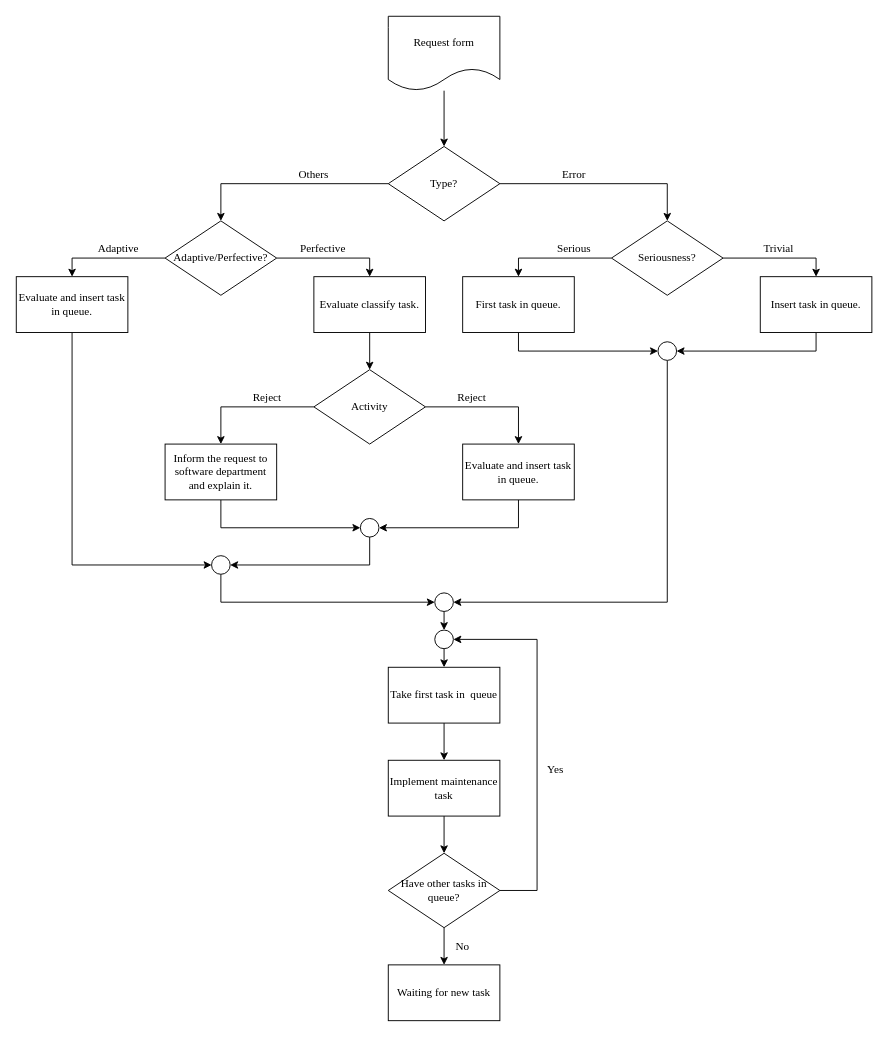
Above: Images/Chapter1/Background/Maintenance_flow/Maintenance_Flow.drawio in CorrieScheepers/Masters (draw.io), before the change. Source tidied: cells renumbered, new cells numbered last; positions are measured from the earlier drawing's top-left corner, leaving out a move shared by most shapes. Both pictures are drawn from the tidied source at 93%, with x=0, y=0 at pixel (16, 16).
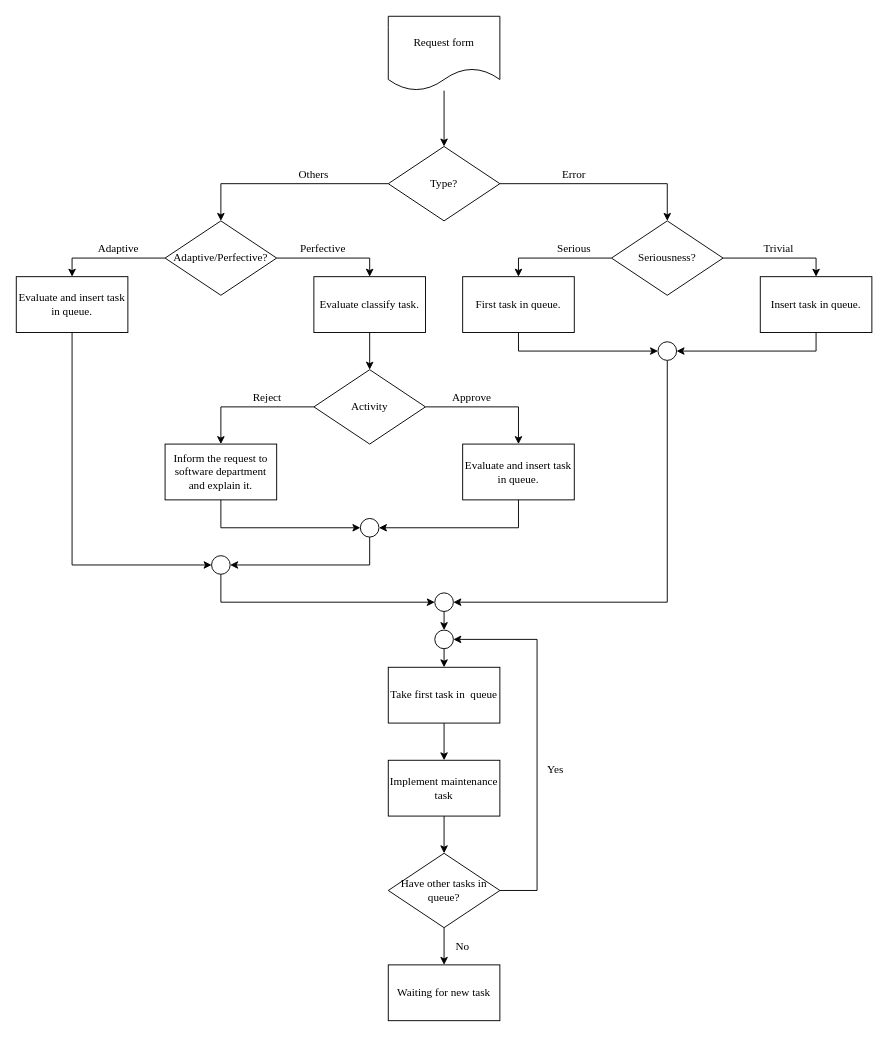
Above is the later version.

The edit, as a diff of the source:
```diff
@@
-    <mxCell id="55" value="Reject" style="text;html=1;strokeColor=none;fillColor=none;align=center;verticalAlign=middle;whiteSpace=wrap;rounded=0;fontFamily=Times New Roman;" parent="1" vertex="1">
+    <mxCell id="55" value="Approve" style="text;html=1;strokeColor=none;fillColor=none;align=center;verticalAlign=middle;whiteSpace=wrap;rounded=0;fontFamily=Times New Roman;" parent="1" vertex="1">
       <mxGeometry x="470" y="400" width="40" height="20" as="geometry" />
     </mxCell>
```
